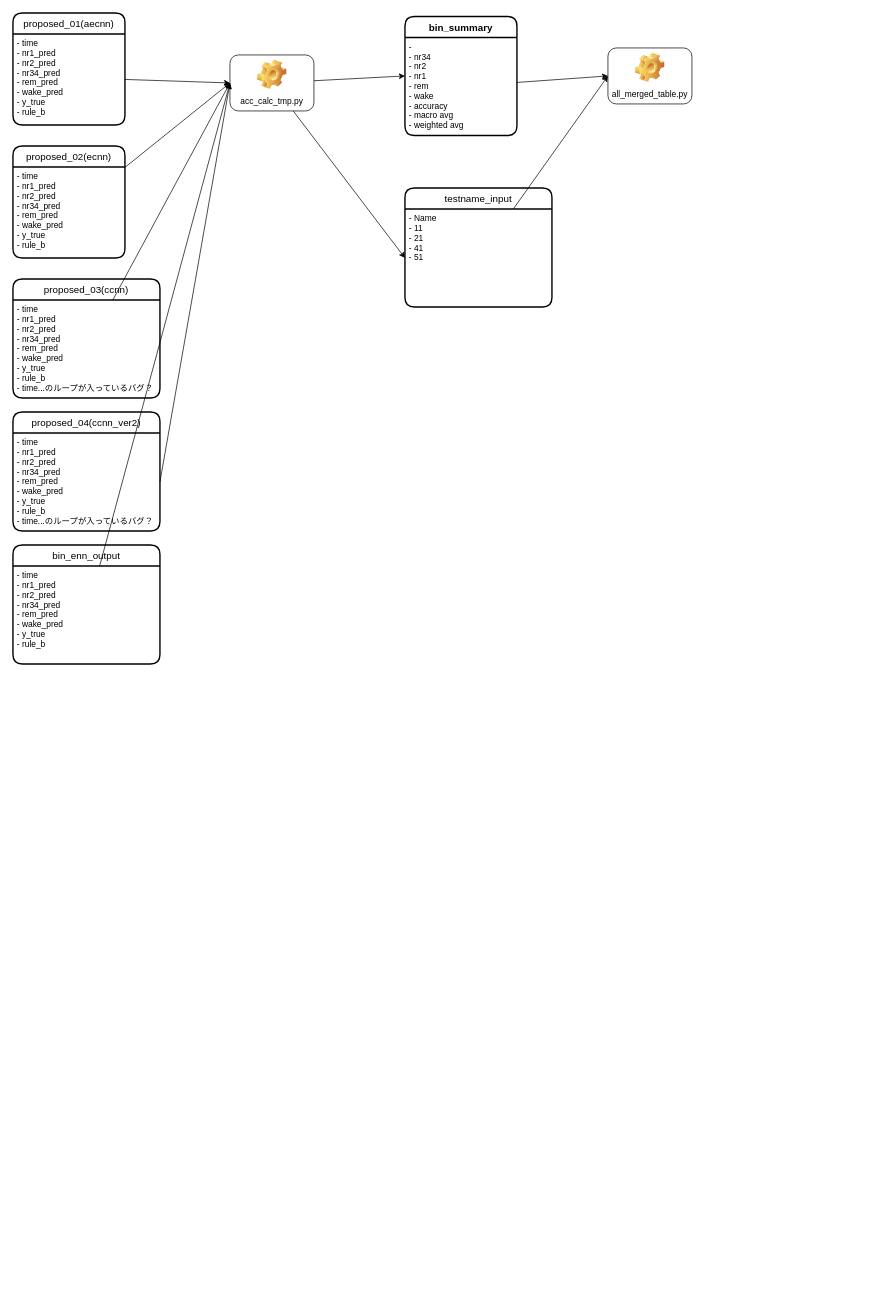
Before: er_diagram.dio in Taiki-jp/sleep_study, a draw.io diagram. Source tidied: cells renumbered, new cells numbered last; positions are measured from the earlier drawing's top-left corner, leaving out a move shared by most shapes. Both pictures are drawn from the tidied source at 70%, with x=0, y=0 at pixel (13, 13).
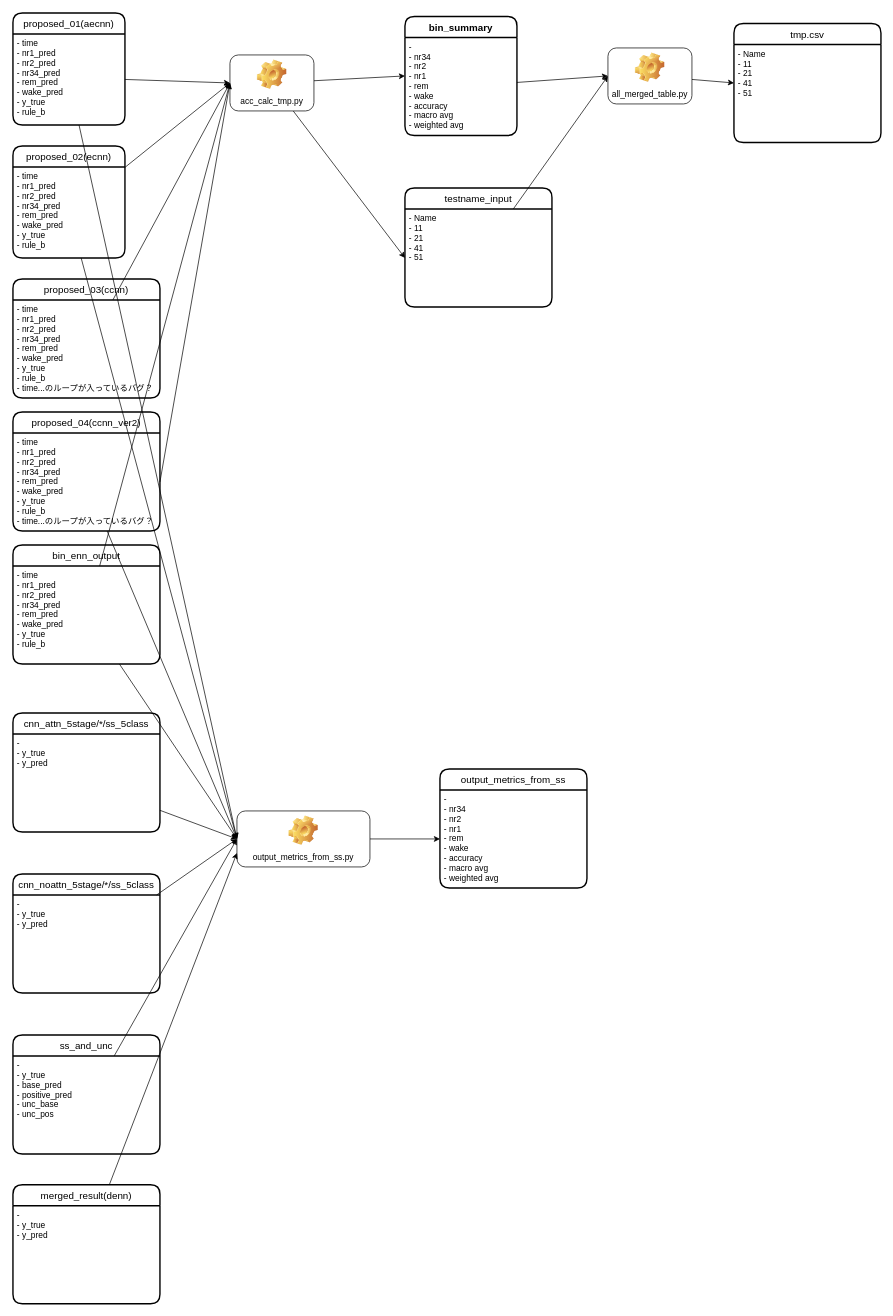
After the change.

Unchanged cells that the change refers to:
```xml
<mxCell id="3" value="- time&#10;- nr1_pred&#10;- nr2_pred&#10;- nr34_pred&#10;- rem_pred&#10;- wake_pred&#10;- y_true&#10;- rule_b" style="align=left;strokeColor=none;fillColor=none;spacingLeft=4;fontSize=12;verticalAlign=top;" parent="2" vertex="1">
  <mxGeometry y="30" width="160" height="130" as="geometry" />
</mxCell>
<mxCell id="5" value="- time&#10;- nr1_pred&#10;- nr2_pred&#10;- nr34_pred&#10;- rem_pred&#10;- wake_pred&#10;- y_true&#10;- rule_b" style="align=left;strokeColor=none;fillColor=none;spacingLeft=4;fontSize=12;verticalAlign=top;" parent="4" vertex="1">
  <mxGeometry y="30" width="160" height="130" as="geometry" />
</mxCell>
<mxCell id="9" value="- time&#10;- nr1_pred&#10;- nr2_pred&#10;- nr34_pred&#10;- rem_pred&#10;- wake_pred&#10;- y_true&#10;- rule_b&#10;- time...のループが入っているバグ？" style="align=left;strokeColor=none;fillColor=none;spacingLeft=4;fontSize=12;verticalAlign=top;" parent="8" vertex="1">
  <mxGeometry y="30" width="210" height="140" as="geometry" />
</mxCell>
<mxCell id="22" value="all_merged_table.py" style="label;whiteSpace=wrap;html=1;align=center;verticalAlign=bottom;spacingLeft=0;spacingBottom=4;imageAlign=center;imageVerticalAlign=top;image=img/clipart/Gear_128x128.png;fontStyle=0;" parent="1" vertex="1">
  <mxGeometry x="850" y="50" width="120" height="80" as="geometry" />
</mxCell>
<mxCell id="25" value="- time&#10;- nr1_pred&#10;- nr2_pred&#10;- nr34_pred&#10;- rem_pred&#10;- wake_pred&#10;- y_true&#10;- rule_b" style="align=left;strokeColor=none;fillColor=none;spacingLeft=4;fontSize=12;verticalAlign=top;" parent="24" vertex="1">
  <mxGeometry y="30" width="210" height="140" as="geometry" />
</mxCell>
```

What changed in the source:
```diff
@@
+    <mxCell id="27" style="edgeStyle=none;html=1;entryX=0;entryY=0.5;entryDx=0;entryDy=0;" parent="1" edge="1" source="22" target="28">
+      <mxGeometry relative="1" as="geometry" />
+    </mxCell>
@@
+    <mxCell id="28" value="tmp.csv" style="swimlane;horizontal=1;startSize=30;rounded=1;fontSize=14;fontStyle=0;strokeWidth=2;shadow=0;dashed=0;align=center;" parent="1" vertex="1">
+      <mxGeometry x="1030" y="15" width="210" height="170" as="geometry" />
+    </mxCell>
+    <mxCell id="29" value="- Name&#10;- 11&#10;- 21&#10;- 41&#10;- 51" style="align=left;strokeColor=none;fillColor=none;spacingLeft=4;fontSize=12;verticalAlign=top;" parent="28" vertex="1">
+      <mxGeometry y="30" width="210" height="140" as="geometry" />
+    </mxCell>
+    <mxCell id="30" value="cnn_attn_5stage/*/ss_5class" style="swimlane;horizontal=1;startSize=30;rounded=1;fontSize=14;fontStyle=0;strokeWidth=2;shadow=0;dashed=0;align=center;" parent="1" vertex="1">
+      <mxGeometry y="1000" width="210" height="170" as="geometry" />
+    </mxCell>
+    <mxCell id="31" value="- &#10;- y_true&#10;- y_pred" style="align=left;strokeColor=none;fillColor=none;spacingLeft=4;fontSize=12;verticalAlign=top;" parent="30" vertex="1">
+      <mxGeometry y="30" width="210" height="140" as="geometry" />
+    </mxCell>
+    <mxCell id="32" value="cnn_noattn_5stage/*/ss_5class" style="swimlane;horizontal=1;startSize=30;rounded=1;fontSize=14;fontStyle=0;strokeWidth=2;shadow=0;dashed=0;align=center;" parent="1" vertex="1">
+      <mxGeometry y="1230" width="210" height="170" as="geometry" />
+    </mxCell>
+    <mxCell id="33" value="- &#10;- y_true&#10;- y_pred" style="align=left;strokeColor=none;fillColor=none;spacingLeft=4;fontSize=12;verticalAlign=top;" parent="32" vertex="1">
+      <mxGeometry y="30" width="210" height="140" as="geometry" />
+    </mxCell>
+    <mxCell id="34" style="edgeStyle=none;html=1;entryX=0;entryY=0.5;entryDx=0;entryDy=0;" parent="1" edge="1" source="35" target="49">
+      <mxGeometry relative="1" as="geometry" />
+    </mxCell>
+    <mxCell id="35" value="output_metrics_from_ss.py" style="label;whiteSpace=wrap;html=1;align=center;verticalAlign=bottom;spacingLeft=0;spacingBottom=4;imageAlign=center;imageVerticalAlign=top;image=img/clipart/Gear_128x128.png;fontStyle=0;" parent="1" vertex="1">
+      <mxGeometry x="320" y="1140" width="190" height="80" as="geometry" />
+    </mxCell>
+    <mxCell id="36" style="edgeStyle=none;html=1;entryX=0;entryY=0.5;entryDx=0;entryDy=0;" parent="1" edge="1" source="31" target="35">
+      <mxGeometry relative="1" as="geometry" />
+    </mxCell>
+    <mxCell id="37" style="edgeStyle=none;html=1;entryX=0;entryY=0.5;entryDx=0;entryDy=0;" parent="1" edge="1" source="33" target="35">
+      <mxGeometry relative="1" as="geometry" />
+    </mxCell>
+    <mxCell id="38" value="ss_and_unc" style="swimlane;horizontal=1;startSize=30;rounded=1;fontSize=14;fontStyle=0;strokeWidth=2;shadow=0;dashed=0;align=center;" parent="1" vertex="1">
+      <mxGeometry y="1460" width="210" height="170" as="geometry" />
+    </mxCell>
+    <mxCell id="39" value="- &#10;- y_true&#10;- base_pred&#10;- positive_pred&#10;- unc_base&#10;- unc_pos" style="align=left;strokeColor=none;fillColor=none;spacingLeft=4;fontSize=12;verticalAlign=top;" parent="38" vertex="1">
+      <mxGeometry y="30" width="210" height="140" as="geometry" />
+    </mxCell>
+    <mxCell id="40" style="edgeStyle=none;html=1;entryX=0;entryY=0.5;entryDx=0;entryDy=0;" parent="1" edge="1" source="39" target="35">
+      <mxGeometry relative="1" as="geometry" />
+    </mxCell>
+    <mxCell id="41" style="edgeStyle=none;html=1;entryX=0;entryY=0.5;entryDx=0;entryDy=0;" parent="1" edge="1" source="3" target="35">
+      <mxGeometry relative="1" as="geometry" />
+    </mxCell>
+    <mxCell id="42" style="edgeStyle=none;html=1;entryX=0;entryY=0.5;entryDx=0;entryDy=0;" parent="1" edge="1" source="5" target="35">
+      <mxGeometry relative="1" as="geometry" />
+    </mxCell>
+    <mxCell id="43" style="edgeStyle=none;html=1;entryX=0;entryY=0.5;entryDx=0;entryDy=0;" parent="1" edge="1" source="9" target="35">
+      <mxGeometry relative="1" as="geometry" />
+    </mxCell>
+    <mxCell id="44" style="edgeStyle=none;html=1;entryX=0;entryY=0.5;entryDx=0;entryDy=0;" parent="1" edge="1" source="25" target="35">
+      <mxGeometry relative="1" as="geometry" />
+    </mxCell>
+    <mxCell id="45" style="edgeStyle=none;html=1;entryX=0;entryY=0.75;entryDx=0;entryDy=0;" parent="1" edge="1" source="46" target="35">
+      <mxGeometry relative="1" as="geometry" />
+    </mxCell>
+    <mxCell id="46" value="merged_result(denn)" style="swimlane;horizontal=1;startSize=30;rounded=1;fontSize=14;fontStyle=0;strokeWidth=2;shadow=0;dashed=0;align=center;" parent="1" vertex="1">
+      <mxGeometry y="1674" width="210" height="170" as="geometry" />
+    </mxCell>
+    <mxCell id="47" value="- &#10;- y_true&#10;- y_pred" style="align=left;strokeColor=none;fillColor=none;spacingLeft=4;fontSize=12;verticalAlign=top;" parent="46" vertex="1">
+      <mxGeometry y="30" width="210" height="140" as="geometry" />
+    </mxCell>
+    <mxCell id="48" value="output_metrics_from_ss" style="swimlane;horizontal=1;startSize=30;rounded=1;fontSize=14;fontStyle=0;strokeWidth=2;shadow=0;dashed=0;align=center;" parent="1" vertex="1">
+      <mxGeometry x="610" y="1080" width="210" height="170" as="geometry" />
+    </mxCell>
+    <mxCell id="49" value="- &#10;- nr34&#10;- nr2&#10;- nr1&#10;- rem&#10;- wake&#10;- accuracy&#10;- macro avg&#10;- weighted avg" style="align=left;strokeColor=none;fillColor=none;spacingLeft=4;fontSize=12;verticalAlign=top;" parent="48" vertex="1">
+      <mxGeometry y="30" width="210" height="140" as="geometry" />
+    </mxCell>
```
